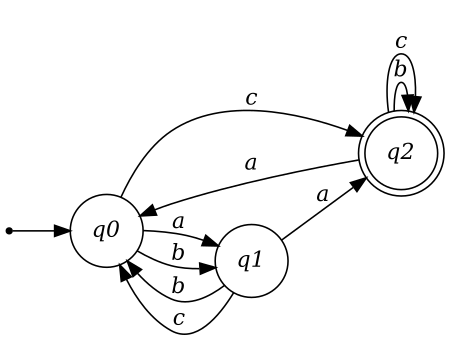
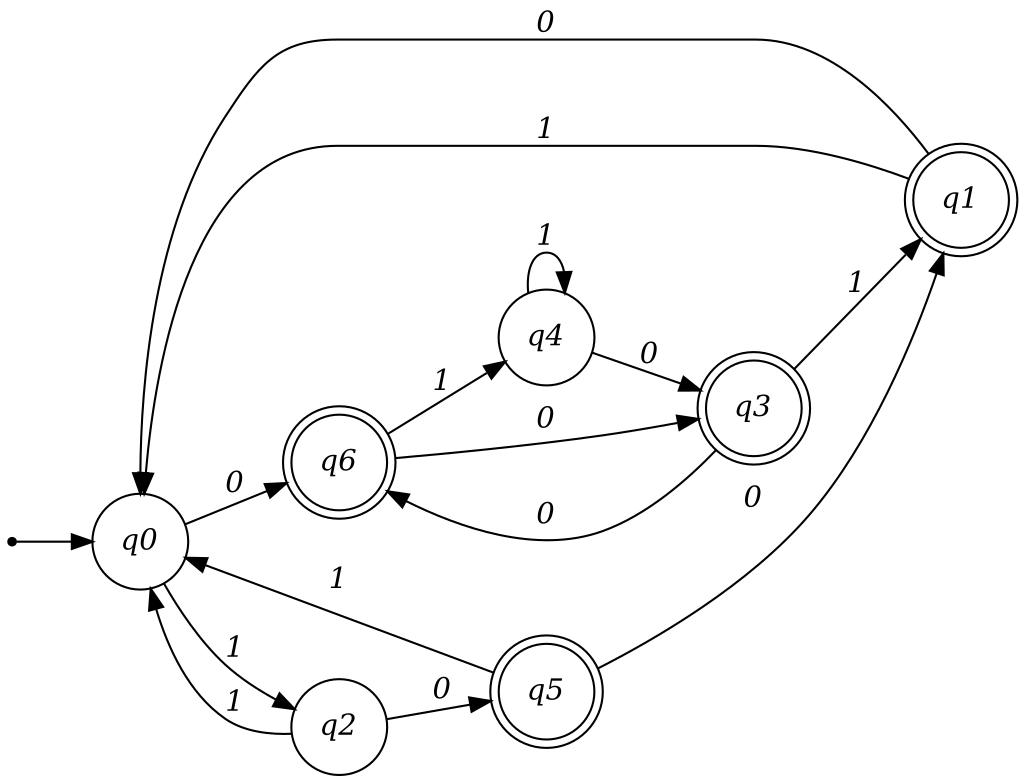
digraph finite_state_machine {
  rankdir=LR;
-   size="3"
+   size="7"
  node [fontname="times-italic"];
  edge [fontname="times-italic"];
  node [shape = point]; qi
-   node [shape = doublecircle]; q2;
+   node [shape = doublecircle]; q1,q3,q5,q6;
  node [shape = circle];
  qi -> q0;
-   q0 -> q1 [ label = "a" ];
-   q0 -> q1 [ label = "b" ];
-   q0 -> q2 [ label = "c" ];
-   q1 -> q2 [ label = "a" ];
-   q1 -> q0 [ label = "b" ];
-   q1 -> q0 [ label = "c" ];
-   q2 -> q0 [ label = "a" ];
-   q2 -> q2 [ label = "b" ];
-   q2 -> q2 [ label = "c" ];
+   q0 -> q6 [ label = "0" ];
+   q0 -> q2 [ label = "1" ];
+   q1 -> q0 [ label = "0" ];
+   q1 -> q0 [ label = "1" ];
+   q2 -> q5 [ label = "0" ];
+   q2 -> q0 [ label = "1" ];
+   q3 -> q6 [ label = "0" ];
+   q3 -> q1 [ label = "1" ];
+   q4 -> q3 [ label = "0" ];
+   q4 -> q4 [ label = "1" ];
+   q5 -> q1 [ label = "0" ];
+   q5 -> q0 [ label = "1" ];
+   q6 -> q3 [ label = "0" ];
+   q6 -> q4 [ label = "1" ];
}
